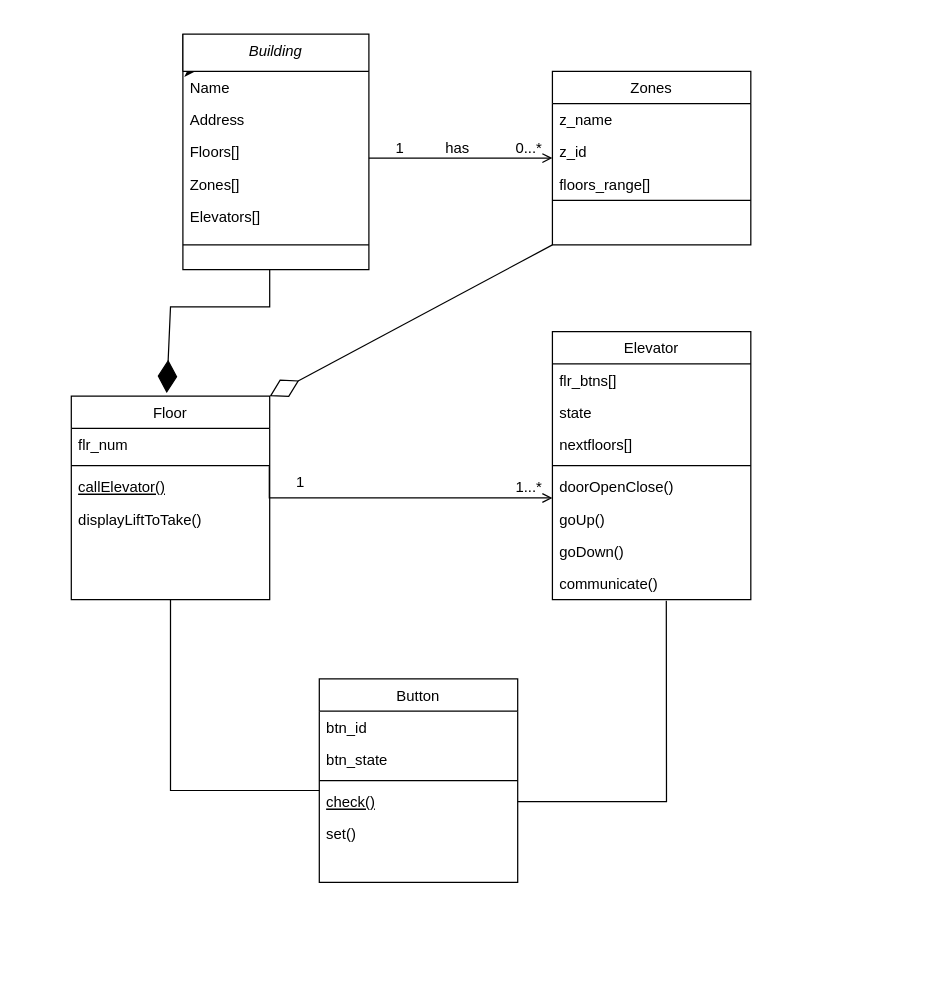
The draw.io diagram ClassD_Lift_Management_Problem.drawio in moizuddin404/bluepineapple_assignments, before the edit. Source tidied: cells renumbered, new cells numbered last; positions are measured from the earlier drawing's top-left corner, leaving out a move shared by most shapes. Both pictures are drawn from the tidied source at 124%, with x=0, y=0 at pixel (71, 33).
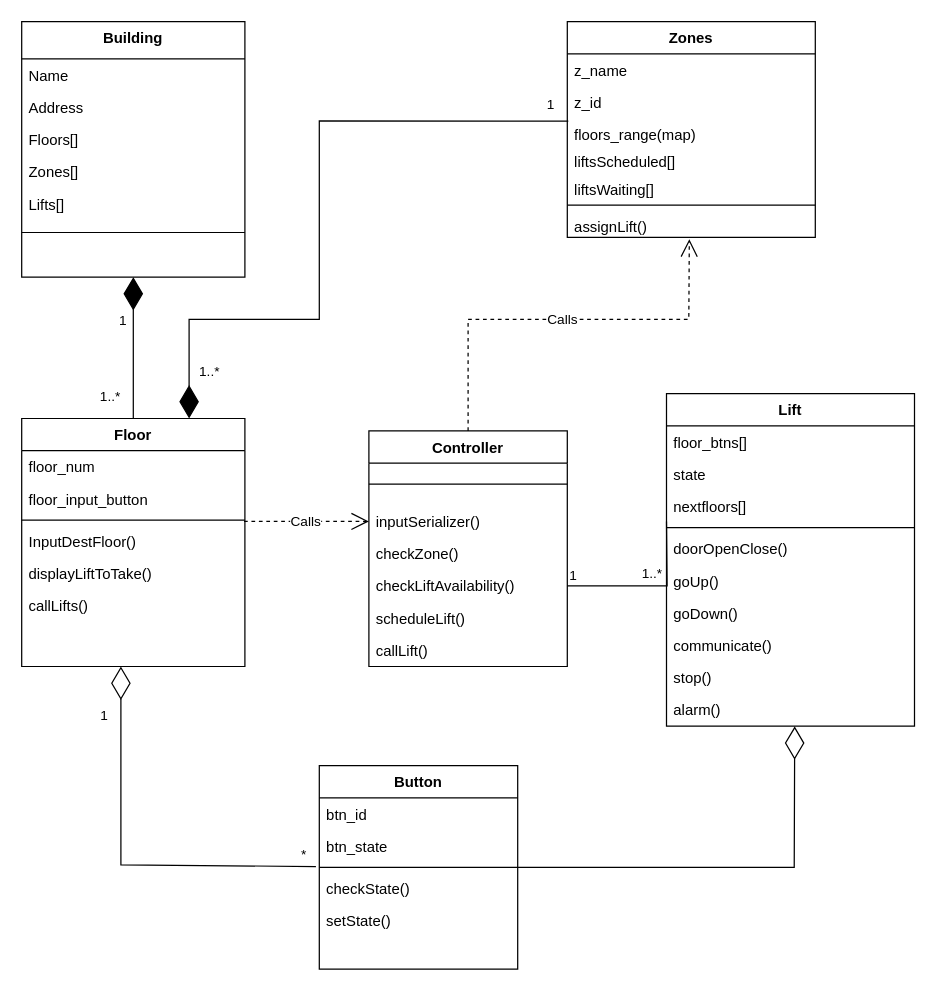
Above is the later version.

The change refers to these unchanged cells:
```xml
<mxCell id="39" value="btn_state" style="text;align=left;verticalAlign=top;spacingLeft=4;spacingRight=4;overflow=hidden;points=[[0,0.5],[1,0.5]];portConstraint=eastwest;rounded=0;shadow=0;html=0;" parent="37" vertex="1">
  <mxGeometry y="52" width="160" height="26" as="geometry" />
</mxCell>
```

What changed in the source:
```diff
@@
-    <mxCell id="2" style="edgeStyle=orthogonalEdgeStyle;rounded=0;jettySize=auto;html=1;exitX=0;exitY=0;exitDx=0;exitDy=0;" parent="1" edge="1" source="3">
-      <mxGeometry relative="1" as="geometry">
-        <mxPoint x="100.3" y="29.9" as="targetPoint" />
-        <Array as="points">
-          <mxPoint x="100" y="30" />
-          <mxPoint x="100" y="30" />
-        </Array>
-      </mxGeometry>
-    </mxCell>
-    <mxCell id="3" value="Building" style="swimlane;fontStyle=2;align=center;verticalAlign=top;horizontal=1;startSize=30;rounded=0;shadow=0;strokeWidth=1;" parent="1" vertex="1">
-      <mxGeometry x="90" width="150" height="190" as="geometry" />
+    <mxCell id="3" value="Building" style="swimlane;fontStyle=1;align=center;verticalAlign=top;horizontal=1;startSize=30;rounded=0;shadow=0;strokeWidth=1;" parent="1" vertex="1">
+      <mxGeometry x="-40" y="-10" width="180" height="206" as="geometry" />
     </mxCell>
     <mxCell id="4" value="Name" style="text;align=left;verticalAlign=top;spacingLeft=4;spacingRight=4;overflow=hidden;" parent="3" vertex="1">
-      <mxGeometry y="30" width="150" height="26" as="geometry" />
+      <mxGeometry y="30" width="180" height="26" as="geometry" />
     </mxCell>
     <mxCell id="5" value="Address" style="text;align=left;verticalAlign=top;spacingLeft=4;spacingRight=4;overflow=hidden;rounded=0;shadow=0;html=0;" parent="3" vertex="1">
-      <mxGeometry y="56" width="150" height="26" as="geometry" />
+      <mxGeometry y="56" width="180" height="26" as="geometry" />
     </mxCell>
     <mxCell id="6" value="Floors[]" style="text;align=left;verticalAlign=top;spacingLeft=4;spacingRight=4;overflow=hidden;rounded=0;shadow=0;html=0;" parent="3" vertex="1">
-      <mxGeometry y="82" width="150" height="26" as="geometry" />
+      <mxGeometry y="82" width="180" height="26" as="geometry" />
     </mxCell>
     <mxCell id="7" value="Zones[]" style="text;align=left;verticalAlign=top;spacingLeft=4;spacingRight=4;overflow=hidden;rounded=0;shadow=0;html=0;" parent="3" vertex="1">
-      <mxGeometry y="108" width="150" height="26" as="geometry" />
+      <mxGeometry y="108" width="180" height="26" as="geometry" />
     </mxCell>
-    <mxCell id="8" value="Elevators[]" style="text;align=left;verticalAlign=top;spacingLeft=4;spacingRight=4;overflow=hidden;rounded=0;shadow=0;html=0;" parent="3" vertex="1">
-      <mxGeometry y="134" width="150" height="26" as="geometry" />
+    <mxCell id="8" value="Lifts[]" style="text;align=left;verticalAlign=top;spacingLeft=4;spacingRight=4;overflow=hidden;rounded=0;shadow=0;html=0;" parent="3" vertex="1">
+      <mxGeometry y="134" width="180" height="26" as="geometry" />
     </mxCell>
     <mxCell id="9" style="line;html=1;strokeWidth=1;align=left;verticalAlign=middle;spacingTop=-1;spacingLeft=3;spacingRight=3;labelPosition=right;" parent="3" vertex="1">
-      <mxGeometry y="160" width="150" height="20" as="geometry" />
+      <mxGeometry y="160" width="180" height="20" as="geometry" />
     </mxCell>
-    <mxCell id="10" value="Floor" style="swimlane;fontStyle=0;align=center;verticalAlign=top;horizontal=1;startSize=26;rounded=0;shadow=0;strokeWidth=1;" parent="1" vertex="1">
-      <mxGeometry y="292" width="160" height="164" as="geometry" />
+    <mxCell id="10" value="Floor" style="swimlane;fontStyle=1;align=center;verticalAlign=top;horizontal=1;startSize=26;rounded=0;shadow=0;strokeWidth=1;" parent="1" vertex="1">
+      <mxGeometry x="-40" y="310" width="180" height="200" as="geometry" />
     </mxCell>
-    <mxCell id="11" value="flr_num" style="text;align=left;verticalAlign=top;spacingLeft=4;spacingRight=4;overflow=hidden;" parent="10" vertex="1">
-      <mxGeometry y="26" width="160" height="26" as="geometry" />
+    <mxCell id="11" value="floor_num" style="text;align=left;verticalAlign=top;spacingLeft=4;spacingRight=4;overflow=hidden;" parent="10" vertex="1">
+      <mxGeometry y="26" width="180" height="26" as="geometry" />
     </mxCell>
+    <mxCell id="46" value="floor_input_button" style="text;align=left;verticalAlign=top;spacingLeft=4;spacingRight=4;overflow=hidden;" parent="10" vertex="1">
+      <mxGeometry y="52" width="180" height="26" as="geometry" />
+    </mxCell>
     <mxCell id="12" style="line;html=1;strokeWidth=1;align=left;verticalAlign=middle;spacingTop=-1;spacingLeft=3;spacingRight=3;labelPosition=right;points=[];portConstraint=eastwest;" parent="10" vertex="1">
-      <mxGeometry y="52" width="160" height="8" as="geometry" />
+      <mxGeometry y="78" width="180" height="8" as="geometry" />
     </mxCell>
-    <mxCell id="13" value="callElevator()" style="text;align=left;verticalAlign=top;spacingLeft=4;spacingRight=4;overflow=hidden;fontStyle=4;" parent="10" vertex="1">
-      <mxGeometry y="60" width="160" height="26" as="geometry" />
+    <mxCell id="13" value="InputDestFloor()" style="text;align=left;verticalAlign=top;spacingLeft=4;spacingRight=4;overflow=hidden;fontStyle=0;" parent="10" vertex="1">
+      <mxGeometry y="86" width="180" height="26" as="geometry" />
     </mxCell>
     <mxCell id="14" value="displayLiftToTake()" style="text;align=left;verticalAlign=top;spacingLeft=4;spacingRight=4;overflow=hidden;" parent="10" vertex="1">
-      <mxGeometry y="86" width="160" height="26" as="geometry" />
+      <mxGeometry y="112" width="180" height="26" as="geometry" />
     </mxCell>
+    <mxCell id="47" value="callLifts()" style="text;align=left;verticalAlign=top;spacingLeft=4;spacingRight=4;overflow=hidden;fontStyle=0;" parent="10" vertex="1">
+      <mxGeometry y="138" width="180" height="26" as="geometry" />
+    </mxCell>
-    <mxCell id="15" value="Elevator" style="swimlane;fontStyle=0;align=center;verticalAlign=top;horizontal=1;startSize=26;rounded=0;shadow=0;strokeWidth=1;" parent="1" vertex="1">
-      <mxGeometry x="388" y="240" width="160" height="216" as="geometry" />
+    <mxCell id="15" value="Lift" style="swimlane;fontStyle=1;align=center;verticalAlign=top;horizontal=1;startSize=26;rounded=0;shadow=0;strokeWidth=1;" parent="1" vertex="1">
+      <mxGeometry x="480" y="290" width="200" height="268" as="geometry" />
     </mxCell>
-    <mxCell id="16" value="flr_btns[]" style="text;align=left;verticalAlign=top;spacingLeft=4;spacingRight=4;overflow=hidden;" parent="15" vertex="1">
-      <mxGeometry y="26" width="160" height="26" as="geometry" />
+    <mxCell id="16" value="floor_btns[]" style="text;align=left;verticalAlign=top;spacingLeft=4;spacingRight=4;overflow=hidden;" parent="15" vertex="1">
+      <mxGeometry y="26" width="200" height="26" as="geometry" />
     </mxCell>
     <mxCell id="17" value="state" style="text;align=left;verticalAlign=top;spacingLeft=4;spacingRight=4;overflow=hidden;" parent="15" vertex="1">
-      <mxGeometry y="52" width="160" height="26" as="geometry" />
+      <mxGeometry y="52" width="200" height="26" as="geometry" />
     </mxCell>
     <mxCell id="18" value="nextfloors[]" style="text;align=left;verticalAlign=top;spacingLeft=4;spacingRight=4;overflow=hidden;" parent="15" vertex="1">
-      <mxGeometry y="78" width="160" height="26" as="geometry" />
+      <mxGeometry y="78" width="200" height="26" as="geometry" />
     </mxCell>
     <mxCell id="19" style="line;html=1;strokeWidth=1;align=left;verticalAlign=middle;spacingTop=-1;spacingLeft=3;spacingRight=3;labelPosition=right;" parent="15" vertex="1">
-      <mxGeometry y="104" width="160" height="8" as="geometry" />
+      <mxGeometry y="104" width="200" height="8" as="geometry" />
     </mxCell>
     <mxCell id="20" value="doorOpenClose()" style="text;align=left;verticalAlign=top;spacingLeft=4;spacingRight=4;overflow=hidden;" parent="15" vertex="1">
-      <mxGeometry y="112" width="160" height="26" as="geometry" />
+      <mxGeometry y="112" width="200" height="26" as="geometry" />
     </mxCell>
     <mxCell id="21" value="goUp()" style="text;align=left;verticalAlign=top;spacingLeft=4;spacingRight=4;overflow=hidden;" parent="15" vertex="1">
-      <mxGeometry y="138" width="160" height="26" as="geometry" />
+      <mxGeometry y="138" width="200" height="26" as="geometry" />
     </mxCell>
     <mxCell id="22" value="goDown()" style="text;align=left;verticalAlign=top;spacingLeft=4;spacingRight=4;overflow=hidden;" parent="15" vertex="1">
-      <mxGeometry y="164" width="160" height="26" as="geometry" />
+      <mxGeometry y="164" width="200" height="26" as="geometry" />
     </mxCell>
     <mxCell id="23" value="communicate()" style="text;align=left;verticalAlign=top;spacingLeft=4;spacingRight=4;overflow=hidden;points=[[0,0.5],[1,0.5]];portConstraint=eastwest;" parent="15" vertex="1">
-      <mxGeometry y="190" width="160" height="26" as="geometry" />
+      <mxGeometry y="190" width="200" height="26" as="geometry" />
     </mxCell>
+    <mxCell id="48" value="stop()" style="text;align=left;verticalAlign=top;spacingLeft=4;spacingRight=4;overflow=hidden;" parent="15" vertex="1">
+      <mxGeometry y="216" width="200" height="26" as="geometry" />
+    </mxCell>
+    <mxCell id="49" value="alarm()" style="text;align=left;verticalAlign=top;spacingLeft=4;spacingRight=4;overflow=hidden;points=[[0,0.5],[1,0.5]];portConstraint=eastwest;" parent="15" vertex="1">
+      <mxGeometry y="242" width="200" height="26" as="geometry" />
+    </mxCell>
-    <mxCell id="24" value="Zones" style="swimlane;fontStyle=0;align=center;verticalAlign=top;horizontal=1;startSize=26;rounded=0;shadow=0;strokeWidth=1;" parent="1" vertex="1">
-      <mxGeometry x="388" y="30" width="160" height="140" as="geometry" />
+    <mxCell id="24" value="Zones" style="swimlane;fontStyle=1;align=center;verticalAlign=top;horizontal=1;startSize=26;rounded=0;shadow=0;strokeWidth=1;" parent="1" vertex="1">
+      <mxGeometry x="400" y="-10" width="200" height="174" as="geometry" />
     </mxCell>
     <mxCell id="25" value="z_name" style="text;align=left;verticalAlign=top;spacingLeft=4;spacingRight=4;overflow=hidden;" parent="24" vertex="1">
-      <mxGeometry y="26" width="160" height="26" as="geometry" />
+      <mxGeometry y="26" width="200" height="26" as="geometry" />
     </mxCell>
     <mxCell id="26" value="z_id" style="text;align=left;verticalAlign=top;spacingLeft=4;spacingRight=4;overflow=hidden;rounded=0;shadow=0;html=0;" parent="24" vertex="1">
-      <mxGeometry y="52" width="160" height="26" as="geometry" />
+      <mxGeometry y="52" width="200" height="26" as="geometry" />
     </mxCell>
-    <mxCell id="27" value="floors_range[]" style="text;align=left;verticalAlign=top;spacingLeft=4;spacingRight=4;overflow=hidden;points=[[0,0.5],[1,0.5]];portConstraint=eastwest;rounded=0;shadow=0;html=0;" parent="24" vertex="1">
-      <mxGeometry y="78" width="160" height="22" as="geometry" />
+    <mxCell id="27" value="floors_range(map)" style="text;align=left;verticalAlign=top;spacingLeft=4;spacingRight=4;overflow=hidden;points=[[0,0.5],[1,0.5]];portConstraint=eastwest;rounded=0;shadow=0;html=0;" parent="24" vertex="1">
+      <mxGeometry y="78" width="200" height="22" as="geometry" />
     </mxCell>
+    <mxCell id="50" value="liftsScheduled[]" style="text;align=left;verticalAlign=top;spacingLeft=4;spacingRight=4;overflow=hidden;rounded=0;shadow=0;html=0;" parent="24" vertex="1">
+      <mxGeometry y="100" width="200" height="22" as="geometry" />
+    </mxCell>
+    <mxCell id="51" value="liftsWaiting[]" style="text;align=left;verticalAlign=top;spacingLeft=4;spacingRight=4;overflow=hidden;rounded=0;shadow=0;html=0;" parent="24" vertex="1">
+      <mxGeometry y="122" width="200" height="22" as="geometry" />
+    </mxCell>
     <mxCell id="28" style="line;html=1;strokeWidth=1;align=left;verticalAlign=middle;spacingTop=-1;spacingLeft=3;spacingRight=3;labelPosition=right;" parent="24" vertex="1">
-      <mxGeometry y="100" width="160" height="8" as="geometry" />
+      <mxGeometry y="144" width="200" height="8" as="geometry" />
     </mxCell>
-    <mxCell id="29" style="endArrow=open;shadow=0;strokeWidth=1;rounded=0;curved=0;endFill=1;edgeStyle=elbowEdgeStyle;elbow=vertical;" parent="1" edge="1" source="3" target="24">
-      <mxGeometry x="0.5" y="41" relative="1" as="geometry">
-        <mxPoint x="-40" y="32" as="offset" />
-      </mxGeometry>
-    </mxCell>
-    <mxCell id="30" value="1" style="align=left;verticalAlign=bottom;labelBackgroundColor=none;fontSize=12;" parent="29" vertex="1">
-      <mxGeometry x="-1" relative="1" as="geometry">
-        <mxPoint x="20" as="offset" />
-      </mxGeometry>
-    </mxCell>
-    <mxCell id="31" value="0...*" style="align=right;verticalAlign=bottom;labelBackgroundColor=none;fontSize=12;" parent="29" vertex="1">
-      <mxGeometry x="1" relative="1" as="geometry">
-        <mxPoint x="-7" as="offset" />
-      </mxGeometry>
-    </mxCell>
-    <mxCell id="32" style="endArrow=diamondThin;endFill=1;endSize=24;html=1;rounded=0;entryX=0.481;entryY=-0.015;entryDx=0;entryDy=0;entryPerimeter=0;" parent="1" edge="1" target="10">
-      <mxGeometry relative="1" as="geometry">
-        <mxPoint x="160" y="190" as="sourcePoint" />
-        <Array as="points">
-          <mxPoint x="160" y="220" />
-          <mxPoint x="80" y="220" />
-        </Array>
-      </mxGeometry>
-    </mxCell>
-    <mxCell id="33" value="has" style="align=left;verticalAlign=bottom;labelBackgroundColor=none;fontSize=12;" parent="1" vertex="1">
-      <mxGeometry x="300" y="100" as="geometry" />
-    </mxCell>
-    <mxCell id="34" style="endArrow=open;shadow=0;strokeWidth=1;rounded=0;curved=0;endFill=1;edgeStyle=elbowEdgeStyle;elbow=vertical;exitX=0.998;exitY=0.57;exitDx=0;exitDy=0;exitPerimeter=0;" parent="1" edge="1" source="12">
-      <mxGeometry x="0.5" y="41" relative="1" as="geometry">
-        <mxPoint x="388" y="373.8" as="targetPoint" />
-        <Array as="points">
-          <mxPoint x="380" y="374.1" />
-        </Array>
-        <mxPoint x="-40" y="32" as="offset" />
-      </mxGeometry>
-    </mxCell>
-    <mxCell id="35" value="1" style="align=left;verticalAlign=bottom;labelBackgroundColor=none;fontSize=12;" parent="34" vertex="1">
-      <mxGeometry x="-1" relative="1" as="geometry">
-        <mxPoint x="20" y="21" as="offset" />
-      </mxGeometry>
-    </mxCell>
-    <mxCell id="36" value="1...*" style="align=right;verticalAlign=bottom;labelBackgroundColor=none;fontSize=12;" parent="34" vertex="1">
-      <mxGeometry x="1" relative="1" as="geometry">
-        <mxPoint x="-7" as="offset" />
-      </mxGeometry>
-    </mxCell>
+    <mxCell id="52" value="assignLift()" style="text;align=left;verticalAlign=top;spacingLeft=4;spacingRight=4;overflow=hidden;points=[[0,0.5],[1,0.5]];portConstraint=eastwest;rounded=0;shadow=0;html=0;" parent="24" vertex="1">
+      <mxGeometry y="152" width="200" height="22" as="geometry" />
+    </mxCell>
-    <mxCell id="37" value="Button" style="swimlane;fontStyle=0;align=center;verticalAlign=top;horizontal=1;startSize=26;rounded=0;shadow=0;strokeWidth=1;" parent="1" vertex="1">
-      <mxGeometry x="200" y="520" width="160" height="164" as="geometry" />
+    <mxCell id="37" value="Button" style="swimlane;fontStyle=1;align=center;verticalAlign=top;horizontal=1;startSize=26;rounded=0;shadow=0;strokeWidth=1;" parent="1" vertex="1">
+      <mxGeometry x="200" y="590" width="160" height="164" as="geometry" />
     </mxCell>
@@
-    <mxCell id="41" value="check()" style="text;align=left;verticalAlign=top;spacingLeft=4;spacingRight=4;overflow=hidden;points=[[0,0.5],[1,0.5]];portConstraint=eastwest;fontStyle=4;" parent="37" vertex="1">
+    <mxCell id="41" value="checkState()" style="text;align=left;verticalAlign=top;spacingLeft=4;spacingRight=4;overflow=hidden;points=[[0,0.5],[1,0.5]];portConstraint=eastwest;fontStyle=0;" parent="37" vertex="1">
       <mxGeometry y="86" width="160" height="26" as="geometry" />
     </mxCell>
-    <mxCell id="42" value="set()" style="text;align=left;verticalAlign=top;spacingLeft=4;spacingRight=4;overflow=hidden;" parent="37" vertex="1">
+    <mxCell id="42" value="setState()" style="text;align=left;verticalAlign=top;spacingLeft=4;spacingRight=4;overflow=hidden;" parent="37" vertex="1">
       <mxGeometry y="112" width="160" height="26" as="geometry" />
     </mxCell>
-    <mxCell id="43" style="endArrow=none;html=1;rounded=0;entryX=0.5;entryY=1;entryDx=0;entryDy=0;exitX=0;exitY=0.154;exitDx=0;exitDy=0;exitPerimeter=0;" parent="1" edge="1" source="41" target="10">
-      <mxGeometry relative="1" as="geometry">
-        <Array as="points">
-          <mxPoint x="80" y="610" />
-        </Array>
-      </mxGeometry>
-    </mxCell>
-    <mxCell id="44" style="endArrow=none;html=1;rounded=0;entryX=0.574;entryY=1.037;entryDx=0;entryDy=0;exitX=1;exitY=0.5;exitDx=0;exitDy=0;entryPerimeter=0;" parent="1" edge="1" source="41" target="23">
-      <mxGeometry relative="1" as="geometry">
-        <Array as="points">
-          <mxPoint x="480" y="619" />
-        </Array>
-      </mxGeometry>
-    </mxCell>
-    <mxCell id="45" style="endArrow=diamondThin;endFill=0;endSize=24;html=1;rounded=0;entryX=1;entryY=0;entryDx=0;entryDy=0;exitX=0;exitY=1;exitDx=0;exitDy=0;" parent="1" edge="1" source="24" target="10">
-      <mxGeometry relative="1" as="geometry" />
-    </mxCell>
+    <mxCell id="53" value="Controller" style="swimlane;fontStyle=1;align=center;verticalAlign=top;horizontal=1;startSize=26;rounded=0;shadow=0;strokeWidth=1;" parent="1" vertex="1">
+      <mxGeometry x="240" y="320" width="160" height="190" as="geometry" />
+    </mxCell>
+    <mxCell id="54" style="line;html=1;strokeWidth=1;align=left;verticalAlign=middle;spacingTop=-1;spacingLeft=3;spacingRight=3;labelPosition=right;" parent="53" vertex="1">
+      <mxGeometry y="26" width="160" height="34" as="geometry" />
+    </mxCell>
+    <mxCell id="55" value="inputSerializer()" style="text;align=left;verticalAlign=top;spacingLeft=4;spacingRight=4;overflow=hidden;points=[[0,0.5],[1,0.5]];portConstraint=eastwest;" parent="53" vertex="1">
+      <mxGeometry y="60" width="160" height="26" as="geometry" />
+    </mxCell>
+    <mxCell id="56" value="checkZone()" style="text;align=left;verticalAlign=top;spacingLeft=4;spacingRight=4;overflow=hidden;" parent="53" vertex="1">
+      <mxGeometry y="86" width="160" height="26" as="geometry" />
+    </mxCell>
+    <mxCell id="57" value="checkLiftAvailability()" style="text;align=left;verticalAlign=top;spacingLeft=4;spacingRight=4;overflow=hidden;points=[[0,0.5],[1,0.5]];portConstraint=eastwest;fontStyle=0;" parent="53" vertex="1">
+      <mxGeometry y="112" width="160" height="26" as="geometry" />
+    </mxCell>
+    <mxCell id="58" value="scheduleLift()" style="text;align=left;verticalAlign=top;spacingLeft=4;spacingRight=4;overflow=hidden;fontStyle=0;" parent="53" vertex="1">
+      <mxGeometry y="138" width="160" height="26" as="geometry" />
+    </mxCell>
+    <mxCell id="59" value="callLift()" style="text;align=left;verticalAlign=top;spacingLeft=4;spacingRight=4;overflow=hidden;" parent="53" vertex="1">
+      <mxGeometry y="164" width="160" height="26" as="geometry" />
+    </mxCell>
+    <mxCell id="60" style="endArrow=diamondThin;endFill=0;endSize=24;html=1;rounded=0;exitX=-0.017;exitY=1.127;exitDx=0;exitDy=0;exitPerimeter=0;" parent="1" edge="1" source="39">
+      <mxGeometry relative="1" as="geometry">
+        <mxPoint x="40" y="510" as="targetPoint" />
+        <Array as="points">
+          <mxPoint x="40" y="670" />
+        </Array>
+      </mxGeometry>
+    </mxCell>
+    <mxCell id="61" style="endArrow=diamondThin;endFill=0;endSize=24;html=1;rounded=0;entryX=0.517;entryY=1.01;entryDx=0;entryDy=0;entryPerimeter=0;" parent="1" edge="1" target="49">
+      <mxGeometry relative="1" as="geometry">
+        <mxPoint x="360" y="672" as="sourcePoint" />
+        <Array as="points">
+          <mxPoint x="583" y="672" />
+        </Array>
+      </mxGeometry>
+    </mxCell>
+    <mxCell id="62" style="endArrow=diamondThin;endFill=1;endSize=24;html=1;rounded=0;entryX=0.5;entryY=1;entryDx=0;entryDy=0;exitX=0.5;exitY=0;exitDx=0;exitDy=0;" parent="1" edge="1" source="10" target="3">
+      <mxGeometry relative="1" as="geometry" />
+    </mxCell>
+    <mxCell id="63" style="endArrow=diamondThin;endFill=1;endSize=24;html=1;rounded=0;entryX=0.75;entryY=0;entryDx=0;entryDy=0;exitX=0.004;exitY=0.102;exitDx=0;exitDy=0;exitPerimeter=0;" parent="1" edge="1" source="27" target="10">
+      <mxGeometry relative="1" as="geometry">
+        <Array as="points">
+          <mxPoint x="200" y="70" />
+          <mxPoint x="200" y="230" />
+          <mxPoint x="95" y="230" />
+        </Array>
+      </mxGeometry>
+    </mxCell>
+    <mxCell id="64" value="Calls" style="endArrow=open;endSize=12;dashed=1;html=1;rounded=0;exitX=0.996;exitY=0.609;exitDx=0;exitDy=0;exitPerimeter=0;entryX=0;entryY=0.5;entryDx=0;entryDy=0;" parent="1" edge="1" source="12" target="55">
+      <mxGeometry relative="1" as="geometry" />
+    </mxCell>
+    <mxCell id="65" style="endArrow=none;html=1;edgeStyle=orthogonalEdgeStyle;rounded=0;exitX=1;exitY=0.5;exitDx=0;exitDy=0;" parent="1" edge="1" source="57">
+      <mxGeometry relative="1" as="geometry">
+        <mxPoint x="480" y="393" as="targetPoint" />
+      </mxGeometry>
+    </mxCell>
+    <mxCell id="66" value="1" style="edgeLabel;html=1;align=left;verticalAlign=bottom;" parent="65" vertex="1">
+      <mxGeometry x="-1" relative="1" as="geometry" />
+    </mxCell>
+    <mxCell id="67" value="1..*" style="edgeLabel;html=1;align=right;verticalAlign=bottom;" parent="65" vertex="1">
+      <mxGeometry x="1" relative="1" as="geometry">
+        <mxPoint x="-3" y="50" as="offset" />
+      </mxGeometry>
+    </mxCell>
+    <mxCell id="68" value="1" style="edgeLabel;html=1;align=right;verticalAlign=bottom;" parent="1" vertex="1">
+      <mxGeometry x="30" y="558" as="geometry" />
+    </mxCell>
+    <mxCell id="69" value="*" style="edgeLabel;html=1;align=right;verticalAlign=bottom;" parent="1" vertex="1">
+      <mxGeometry x="190" y="670" as="geometry" />
+    </mxCell>
+    <mxCell id="70" value="1" style="edgeLabel;html=1;align=left;verticalAlign=bottom;" parent="1" vertex="1">
+      <mxGeometry x="410" y="455" as="geometry">
+        <mxPoint x="-373" y="-216" as="offset" />
+      </mxGeometry>
+    </mxCell>
+    <mxCell id="71" value="1..*" style="edgeLabel;html=1;align=right;verticalAlign=bottom;" parent="1" vertex="1">
+      <mxGeometry x="40" y="300" as="geometry" />
+    </mxCell>
+    <mxCell id="72" value="1" style="edgeLabel;html=1;align=right;verticalAlign=bottom;" parent="1" vertex="1">
+      <mxGeometry x="390" y="65" as="geometry" />
+    </mxCell>
+    <mxCell id="73" value="1..*" style="edgeLabel;html=1;align=right;verticalAlign=bottom;" parent="1" vertex="1">
+      <mxGeometry x="120" y="280" as="geometry" />
+    </mxCell>
+    <mxCell id="74" value="Calls" style="endArrow=open;endSize=12;dashed=1;html=1;rounded=0;exitX=0.5;exitY=0;exitDx=0;exitDy=0;entryX=0.492;entryY=1.062;entryDx=0;entryDy=0;entryPerimeter=0;" parent="1" edge="1" source="53" target="52">
+      <mxGeometry relative="1" as="geometry">
+        <Array as="points">
+          <mxPoint x="320" y="230" />
+          <mxPoint x="498" y="230" />
+        </Array>
+      </mxGeometry>
+    </mxCell>
```
